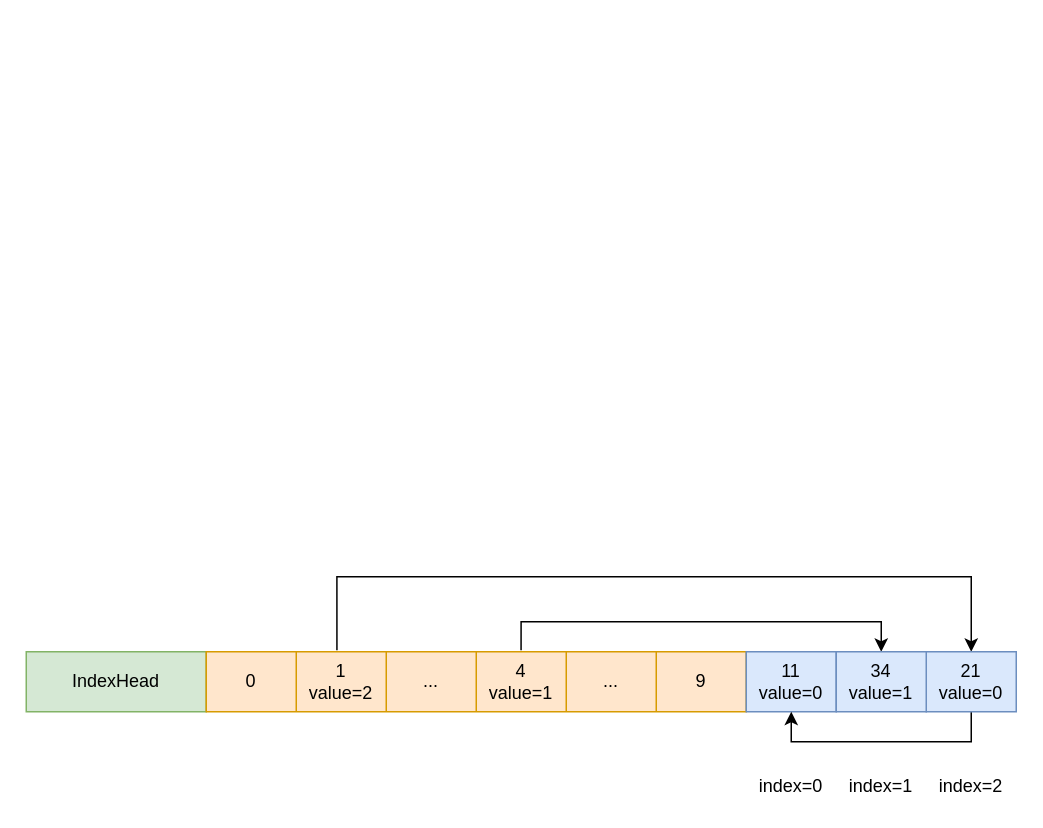
Above: rocketmq/IndexFile数据格式2.drawio in erlieStar/diagrams (draw.io), before the change. Source tidied: cells renumbered, new cells numbered last; positions are measured from the earlier drawing's top-left corner, leaving out a move shared by most shapes. Both pictures are drawn from the tidied source at 150%, with x=0, y=0 at pixel (26, 576).
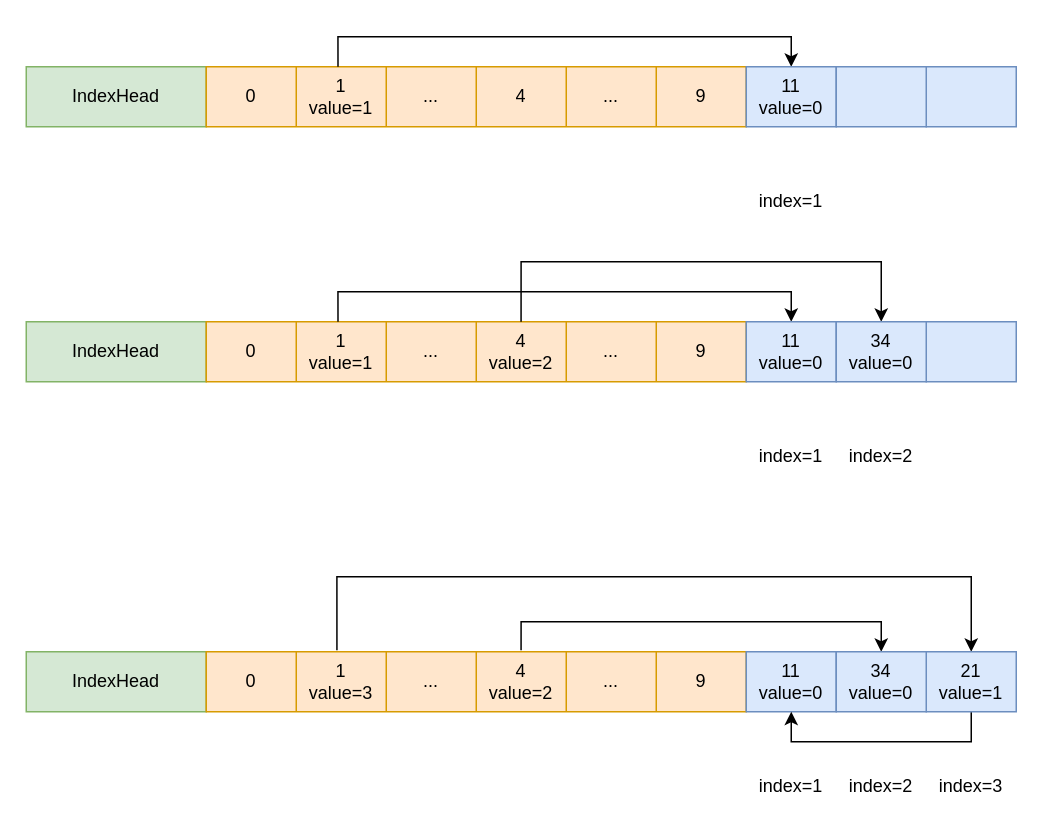
Above is the later version.

The change refers to these unchanged cells:
```xml
<mxCell id="4" style="shape=partialRectangle;html=1;whiteSpace=wrap;fillColor=none;top=0;left=0;bottom=0;right=0;points=[[0,0.5],[1,0.5]];portConstraint=eastwest;" parent="3" vertex="1">
  <mxGeometry width="360" height="40" as="geometry" />
</mxCell>
```

What changed in the source:
```diff
@@
-    <mxCell id="6" value="1&lt;br&gt;value=2" style="shape=partialRectangle;html=1;whiteSpace=wrap;fillColor=none;top=0;left=0;bottom=0;right=0;overflow=hidden;" parent="4" vertex="1">
+    <mxCell id="6" value="1&lt;br&gt;value=3" style="shape=partialRectangle;html=1;whiteSpace=wrap;fillColor=none;top=0;left=0;bottom=0;right=0;overflow=hidden;" parent="4" vertex="1">
       <mxGeometry x="60" width="60" height="40" as="geometry" />
     </mxCell>
@@
-    <mxCell id="8" value="4&lt;br&gt;value=1" style="shape=partialRectangle;html=1;whiteSpace=wrap;fillColor=none;top=0;left=0;bottom=0;right=0;overflow=hidden;" parent="4" vertex="1">
+    <mxCell id="8" value="4&lt;br&gt;value=2" style="shape=partialRectangle;html=1;whiteSpace=wrap;fillColor=none;top=0;left=0;bottom=0;right=0;overflow=hidden;" parent="4" vertex="1">
       <mxGeometry x="180" width="60" height="40" as="geometry" />
     </mxCell>
@@
-    <mxCell id="14" value="21&lt;br&gt;value=0" style="rounded=0;whiteSpace=wrap;html=1;fillColor=#dae8fc;strokeColor=#6c8ebf;" parent="1" vertex="1">
+    <mxCell id="14" value="21&lt;br&gt;value=1" style="rounded=0;whiteSpace=wrap;html=1;fillColor=#dae8fc;strokeColor=#6c8ebf;" parent="1" vertex="1">
       <mxGeometry x="600" y="50" width="60" height="40" as="geometry" />
     </mxCell>
@@
-    <mxCell id="16" value="34&lt;br&gt;value=1" style="rounded=0;whiteSpace=wrap;html=1;fillColor=#dae8fc;strokeColor=#6c8ebf;" parent="1" vertex="1">
+    <mxCell id="16" value="34&lt;br&gt;value=0" style="rounded=0;whiteSpace=wrap;html=1;fillColor=#dae8fc;strokeColor=#6c8ebf;" parent="1" vertex="1">
       <mxGeometry x="540" y="50" width="60" height="40" as="geometry" />
     </mxCell>
-    <mxCell id="17" value="index=0" style="text;html=1;strokeColor=none;fillColor=none;align=center;verticalAlign=middle;whiteSpace=wrap;rounded=0;" parent="1" vertex="1">
+    <mxCell id="17" value="index=1" style="text;html=1;strokeColor=none;fillColor=none;align=center;verticalAlign=middle;whiteSpace=wrap;rounded=0;" parent="1" vertex="1">
       <mxGeometry x="490" y="130" width="40" height="20" as="geometry" />
     </mxCell>
-    <mxCell id="18" value="index=1" style="text;html=1;strokeColor=none;fillColor=none;align=center;verticalAlign=middle;whiteSpace=wrap;rounded=0;" parent="1" vertex="1">
+    <mxCell id="18" value="index=2" style="text;html=1;strokeColor=none;fillColor=none;align=center;verticalAlign=middle;whiteSpace=wrap;rounded=0;" parent="1" vertex="1">
       <mxGeometry x="550" y="130" width="40" height="20" as="geometry" />
     </mxCell>
-    <mxCell id="19" value="index=2" style="text;html=1;strokeColor=none;fillColor=none;align=center;verticalAlign=middle;whiteSpace=wrap;rounded=0;" parent="1" vertex="1">
+    <mxCell id="19" value="index=3" style="text;html=1;strokeColor=none;fillColor=none;align=center;verticalAlign=middle;whiteSpace=wrap;rounded=0;" parent="1" vertex="1">
       <mxGeometry x="610" y="130" width="40" height="20" as="geometry" />
     </mxCell>
+    <mxCell id="20" value="IndexHead" style="rounded=0;whiteSpace=wrap;html=1;fillColor=#d5e8d4;strokeColor=#82b366;" parent="1" vertex="1">
+      <mxGeometry y="-340" width="120" height="40" as="geometry" />
+    </mxCell>
+    <mxCell id="21" style="shape=table;html=1;whiteSpace=wrap;startSize=0;childLayout=tableLayout;fillColor=#ffe6cc;strokeColor=#d79b00;" parent="1" vertex="1">
+      <mxGeometry x="120" y="-340" width="360" height="40" as="geometry" />
+    </mxCell>
+    <mxCell id="22" style="shape=partialRectangle;html=1;whiteSpace=wrap;fillColor=none;top=0;left=0;bottom=0;right=0;points=[[0,0.5],[1,0.5]];portConstraint=eastwest;" parent="21" vertex="1">
+      <mxGeometry width="360" height="40" as="geometry" />
+    </mxCell>
+    <mxCell id="23" value="0" style="shape=partialRectangle;html=1;whiteSpace=wrap;fillColor=none;top=0;left=0;bottom=0;right=0;overflow=hidden;" parent="22" vertex="1">
+      <mxGeometry width="60" height="40" as="geometry" />
+    </mxCell>
+    <mxCell id="24" value="1&lt;br&gt;value=1" style="shape=partialRectangle;html=1;whiteSpace=wrap;fillColor=none;top=0;left=0;bottom=0;right=0;overflow=hidden;" parent="22" vertex="1">
+      <mxGeometry x="60" width="60" height="40" as="geometry" />
+    </mxCell>
+    <mxCell id="25" value="..." style="shape=partialRectangle;html=1;whiteSpace=wrap;fillColor=none;top=0;left=0;bottom=0;right=0;overflow=hidden;" parent="22" vertex="1">
+      <mxGeometry x="120" width="60" height="40" as="geometry" />
+    </mxCell>
+    <mxCell id="26" value="4" style="shape=partialRectangle;html=1;whiteSpace=wrap;fillColor=none;top=0;left=0;bottom=0;right=0;overflow=hidden;" parent="22" vertex="1">
+      <mxGeometry x="180" width="60" height="40" as="geometry" />
+    </mxCell>
+    <mxCell id="27" value="..." style="shape=partialRectangle;html=1;whiteSpace=wrap;fillColor=none;top=0;left=0;bottom=0;right=0;overflow=hidden;" parent="22" vertex="1">
+      <mxGeometry x="240" width="60" height="40" as="geometry" />
+    </mxCell>
+    <mxCell id="28" value="9" style="shape=partialRectangle;html=1;whiteSpace=wrap;fillColor=none;top=0;left=0;bottom=0;right=0;overflow=hidden;" parent="22" vertex="1">
+      <mxGeometry x="300" width="60" height="40" as="geometry" />
+    </mxCell>
+    <mxCell id="29" style="edgeStyle=orthogonalEdgeStyle;rounded=0;jettySize=auto;html=1;exitX=0.5;exitY=0;exitDx=0;exitDy=0;entryX=0.244;entryY=0;entryDx=0;entryDy=0;entryPerimeter=0;startArrow=classic;startFill=1;endArrow=none;endFill=0;" parent="1" edge="1" source="30" target="22">
+      <mxGeometry relative="1" as="geometry" />
+    </mxCell>
+    <mxCell id="30" value="11&lt;br&gt;value=0" style="rounded=0;whiteSpace=wrap;html=1;fillColor=#dae8fc;strokeColor=#6c8ebf;" parent="1" vertex="1">
+      <mxGeometry x="480" y="-340" width="60" height="40" as="geometry" />
+    </mxCell>
+    <mxCell id="31" style="rounded=0;whiteSpace=wrap;html=1;fillColor=#dae8fc;strokeColor=#6c8ebf;" parent="1" vertex="1">
+      <mxGeometry x="600" y="-340" width="60" height="40" as="geometry" />
+    </mxCell>
+    <mxCell id="32" style="rounded=0;whiteSpace=wrap;html=1;fillColor=#dae8fc;strokeColor=#6c8ebf;" parent="1" vertex="1">
+      <mxGeometry x="540" y="-340" width="60" height="40" as="geometry" />
+    </mxCell>
+    <mxCell id="33" value="index=1" style="text;html=1;strokeColor=none;fillColor=none;align=center;verticalAlign=middle;whiteSpace=wrap;rounded=0;" parent="1" vertex="1">
+      <mxGeometry x="490" y="-260" width="40" height="20" as="geometry" />
+    </mxCell>
+    <mxCell id="34" value="IndexHead" style="rounded=0;whiteSpace=wrap;html=1;fillColor=#d5e8d4;strokeColor=#82b366;" parent="1" vertex="1">
+      <mxGeometry y="-170" width="120" height="40" as="geometry" />
+    </mxCell>
+    <mxCell id="35" style="shape=table;html=1;whiteSpace=wrap;startSize=0;childLayout=tableLayout;fillColor=#ffe6cc;strokeColor=#d79b00;" parent="1" vertex="1">
+      <mxGeometry x="120" y="-170" width="360" height="40" as="geometry" />
+    </mxCell>
+    <mxCell id="36" style="shape=partialRectangle;html=1;whiteSpace=wrap;fillColor=none;top=0;left=0;bottom=0;right=0;points=[[0,0.5],[1,0.5]];portConstraint=eastwest;" parent="35" vertex="1">
+      <mxGeometry width="360" height="40" as="geometry" />
+    </mxCell>
+    <mxCell id="37" value="0" style="shape=partialRectangle;html=1;whiteSpace=wrap;fillColor=none;top=0;left=0;bottom=0;right=0;overflow=hidden;" parent="36" vertex="1">
+      <mxGeometry width="60" height="40" as="geometry" />
+    </mxCell>
+    <mxCell id="38" value="1&lt;br&gt;value=1" style="shape=partialRectangle;html=1;whiteSpace=wrap;fillColor=none;top=0;left=0;bottom=0;right=0;overflow=hidden;" parent="36" vertex="1">
+      <mxGeometry x="60" width="60" height="40" as="geometry" />
+    </mxCell>
+    <mxCell id="39" value="..." style="shape=partialRectangle;html=1;whiteSpace=wrap;fillColor=none;top=0;left=0;bottom=0;right=0;overflow=hidden;" parent="36" vertex="1">
+      <mxGeometry x="120" width="60" height="40" as="geometry" />
+    </mxCell>
+    <mxCell id="40" value="4&lt;br&gt;value=2" style="shape=partialRectangle;html=1;whiteSpace=wrap;fillColor=none;top=0;left=0;bottom=0;right=0;overflow=hidden;" parent="36" vertex="1">
+      <mxGeometry x="180" width="60" height="40" as="geometry" />
+    </mxCell>
+    <mxCell id="41" value="..." style="shape=partialRectangle;html=1;whiteSpace=wrap;fillColor=none;top=0;left=0;bottom=0;right=0;overflow=hidden;" parent="36" vertex="1">
+      <mxGeometry x="240" width="60" height="40" as="geometry" />
+    </mxCell>
+    <mxCell id="42" value="9" style="shape=partialRectangle;html=1;whiteSpace=wrap;fillColor=none;top=0;left=0;bottom=0;right=0;overflow=hidden;" parent="36" vertex="1">
+      <mxGeometry x="300" width="60" height="40" as="geometry" />
+    </mxCell>
+    <mxCell id="43" style="edgeStyle=orthogonalEdgeStyle;rounded=0;jettySize=auto;html=1;exitX=0.5;exitY=0;exitDx=0;exitDy=0;entryX=0.244;entryY=0;entryDx=0;entryDy=0;entryPerimeter=0;startArrow=classic;startFill=1;endArrow=none;endFill=0;" parent="1" edge="1" source="44" target="36">
+      <mxGeometry relative="1" as="geometry" />
+    </mxCell>
+    <mxCell id="44" value="11&lt;br&gt;value=0" style="rounded=0;whiteSpace=wrap;html=1;fillColor=#dae8fc;strokeColor=#6c8ebf;" parent="1" vertex="1">
+      <mxGeometry x="480" y="-170" width="60" height="40" as="geometry" />
+    </mxCell>
+    <mxCell id="45" style="rounded=0;whiteSpace=wrap;html=1;fillColor=#dae8fc;strokeColor=#6c8ebf;" parent="1" vertex="1">
+      <mxGeometry x="600" y="-170" width="60" height="40" as="geometry" />
+    </mxCell>
+    <mxCell id="46" style="edgeStyle=orthogonalEdgeStyle;rounded=0;jettySize=auto;html=1;exitX=0.5;exitY=0;exitDx=0;exitDy=0;entryX=0.583;entryY=0;entryDx=0;entryDy=0;entryPerimeter=0;startArrow=classic;startFill=1;endArrow=none;endFill=0;" parent="1" edge="1" source="47" target="36">
+      <mxGeometry relative="1" as="geometry">
+        <Array as="points">
+          <mxPoint x="570" y="-210" />
+          <mxPoint x="330" y="-210" />
+        </Array>
+      </mxGeometry>
+    </mxCell>
+    <mxCell id="47" value="34&lt;br&gt;value=0" style="rounded=0;whiteSpace=wrap;html=1;fillColor=#dae8fc;strokeColor=#6c8ebf;" parent="1" vertex="1">
+      <mxGeometry x="540" y="-170" width="60" height="40" as="geometry" />
+    </mxCell>
+    <mxCell id="48" value="index=1" style="text;html=1;strokeColor=none;fillColor=none;align=center;verticalAlign=middle;whiteSpace=wrap;rounded=0;" parent="1" vertex="1">
+      <mxGeometry x="490" y="-90" width="40" height="20" as="geometry" />
+    </mxCell>
+    <mxCell id="49" value="index=2" style="text;html=1;strokeColor=none;fillColor=none;align=center;verticalAlign=middle;whiteSpace=wrap;rounded=0;" parent="1" vertex="1">
+      <mxGeometry x="550" y="-90" width="40" height="20" as="geometry" />
+    </mxCell>
```
